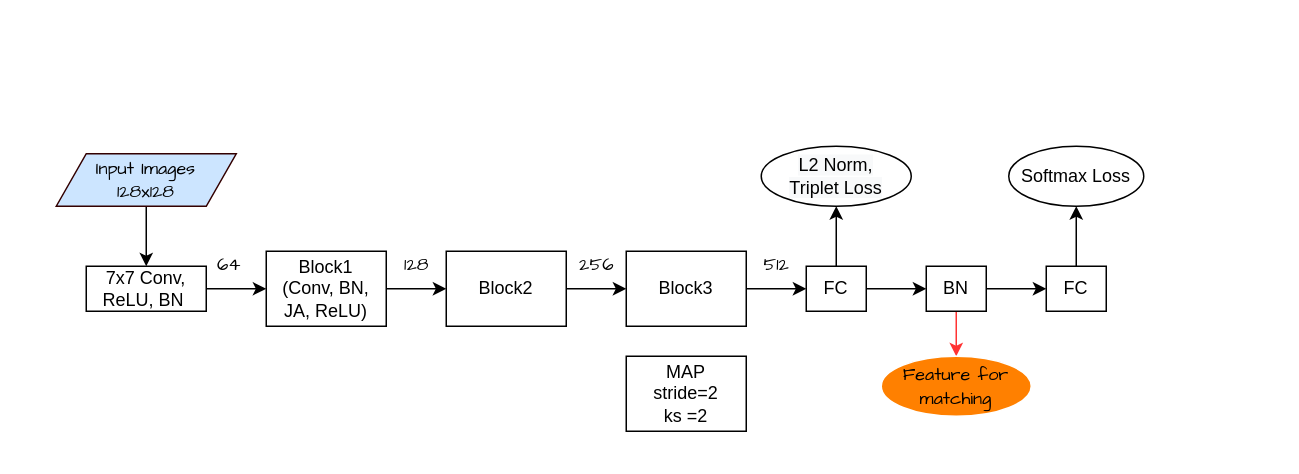
Above: JAFVNet.drawio in Pengyang233/PlotInDrawio (draw.io), before the change. Source tidied: cells renumbered, new cells numbered last; positions are measured from the earlier drawing's top-left corner, leaving out a move shared by most shapes. Both pictures are drawn from the tidied source at 150%, with x=0, y=0 at pixel (56, 146).
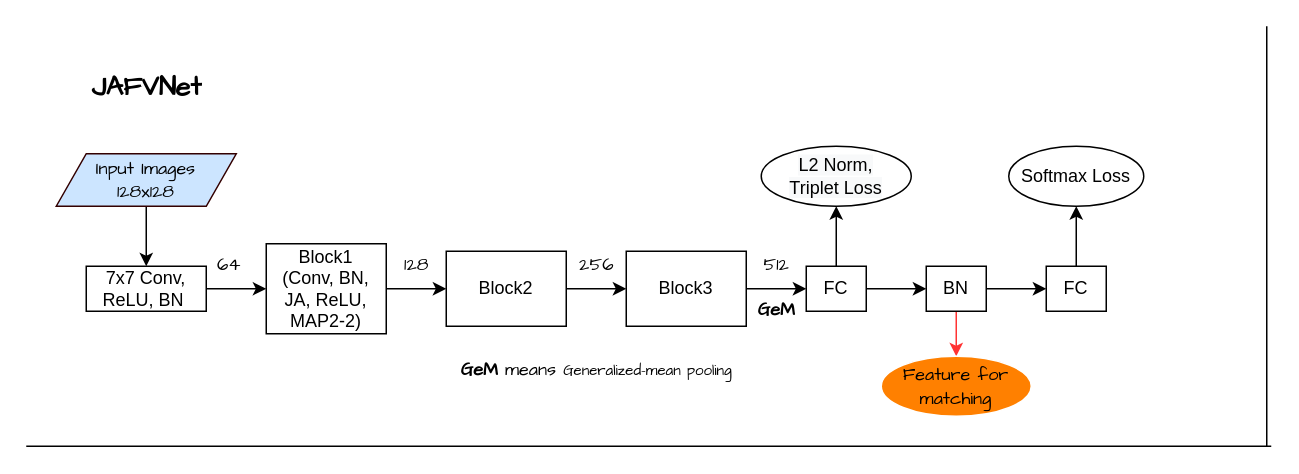
The same page after the edit.

Diff of the diagram source:
```diff
@@
-    <mxCell id="5" value="Block1&lt;br&gt;(Conv, BN, JA, ReLU)" style="rounded=0;whiteSpace=wrap;html=1;" parent="1" vertex="1">
-      <mxGeometry x="140" y="70" width="80" height="50" as="geometry" />
+    <mxCell id="5" value="Block1&lt;br&gt;(Conv, BN, JA, ReLU, MAP2-2)" style="rounded=0;whiteSpace=wrap;html=1;" parent="1" vertex="1">
+      <mxGeometry x="140" y="65" width="80" height="60" as="geometry" />
     </mxCell>
@@
-    <mxCell id="22" value="MAP&lt;br&gt;stride=2&lt;br&gt;ks =2" style="rounded=0;whiteSpace=wrap;html=1;" parent="1" vertex="1">
-      <mxGeometry x="380" y="140" width="80" height="50" as="geometry" />
-    </mxCell>
@@
+    <mxCell id="28" value="&lt;b&gt;GeM &lt;/b&gt;means&amp;nbsp;&lt;span style=&quot;text-align: left ; background-color: rgb(255 , 255 , 255)&quot;&gt;&lt;font style=&quot;font-size: 10px&quot;&gt;Generalized-mean pooling&lt;/font&gt;&lt;/span&gt;" style="text;html=1;align=center;verticalAlign=middle;fillColor=none;strokeColor=none;rounded=0;fontFamily=Comic Sans MS;" parent="1" vertex="1">
+      <mxGeometry x="245" y="140" width="230" height="20" as="geometry" />
+    </mxCell>
+    <mxCell id="29" value="&lt;b&gt;GeM&lt;/b&gt;" style="text;html=1;align=center;verticalAlign=middle;fillColor=none;strokeColor=none;rounded=0;fontFamily=Comic Sans MS;" parent="1" vertex="1">
+      <mxGeometry x="460" y="100" width="40" height="20" as="geometry" />
+    </mxCell>
+    <mxCell id="30" value="&lt;b&gt;&lt;font style=&quot;font-size: 18px&quot;&gt;JAFVNet&lt;/font&gt;&lt;/b&gt;" style="text;html=1;align=center;verticalAlign=middle;fillColor=none;strokeColor=none;rounded=0;fontFamily=Comic Sans MS;" parent="1" vertex="1">
+      <mxGeometry x="10" y="-50" width="100" height="20" as="geometry" />
+    </mxCell>
+    <mxCell id="31" style="endArrow=none;html=1;rounded=0;fontFamily=Comic Sans MS;fontSize=18;strokeColor=#000000;fillColor=#000000;" parent="1" edge="1">
+      <mxGeometry relative="1" as="geometry">
+        <mxPoint x="-20" y="200" as="sourcePoint" />
+        <mxPoint x="810" y="200" as="targetPoint" />
+      </mxGeometry>
+    </mxCell>
+    <mxCell id="32" style="endArrow=none;html=1;rounded=0;fontFamily=Comic Sans MS;fontSize=18;strokeColor=#000000;fillColor=#000000;" parent="1" edge="1">
+      <mxGeometry relative="1" as="geometry">
+        <mxPoint x="807" y="-80" as="sourcePoint" />
+        <mxPoint x="807" y="200" as="targetPoint" />
+      </mxGeometry>
+    </mxCell>
```
